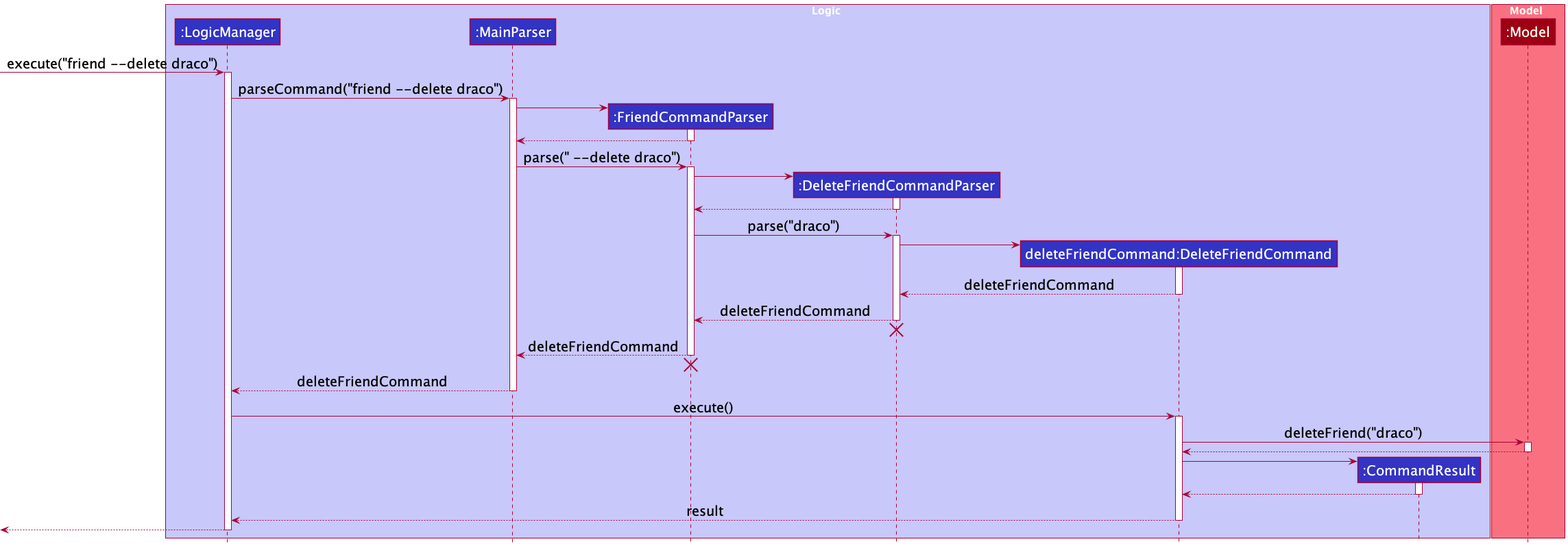
The PlantUML diagram docs/images/DeleteSequenceDiagram.png in nus-cs2103-AY2122S1/tp, before a commit.
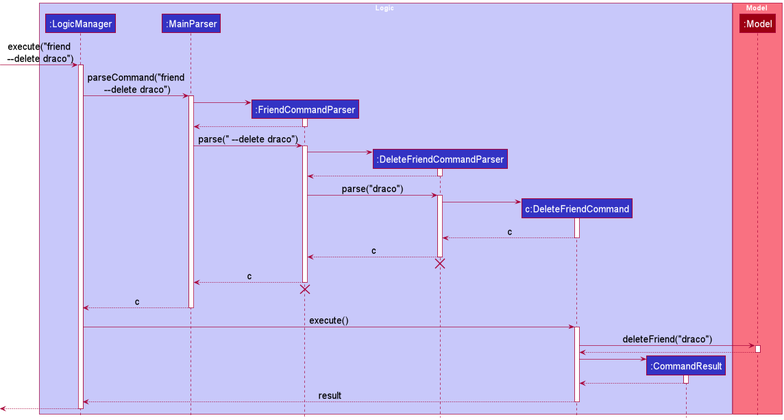
Later version of the same file.

Commit message:
Update PPP and increase font size of diagram

The edit, as a diff of the source:
```diff
@@ -7,7 +7,7 @@
 participant ":MainParser" as MainParser LOGIC_COLOR
 participant ":FriendCommandParser" as FriendCommandParser LOGIC_COLOR
 participant ":DeleteFriendCommandParser" as DeleteFriendCommandParser LOGIC_COLOR
-participant "deleteFriendCommand:DeleteFriendCommand" as DeleteFriendCommand LOGIC_COLOR
+participant "c:DeleteFriendCommand" as DeleteFriendCommand LOGIC_COLOR
 participant ":CommandResult" as CommandResult LOGIC_COLOR
 end box
 
@@ -15,10 +15,10 @@
 participant ":Model" as Model MODEL_COLOR
 end box
 
-[-> LogicManager : execute("friend --delete draco")
+[-> LogicManager : execute("friend\n --delete draco")
 activate LogicManager
 
-LogicManager -> MainParser : parseCommand("friend --delete draco")
+LogicManager -> MainParser : parseCommand("friend\n --delete draco")
 activate MainParser
 
 create FriendCommandParser
@@ -45,20 +45,20 @@
 DeleteFriendCommandParser -> DeleteFriendCommand
 activate DeleteFriendCommand
 
-DeleteFriendCommand --> DeleteFriendCommandParser : deleteFriendCommand
+DeleteFriendCommand --> DeleteFriendCommandParser : c
 deactivate DeleteFriendCommand
 
-DeleteFriendCommandParser --> FriendCommandParser : deleteFriendCommand
+DeleteFriendCommandParser --> FriendCommandParser : c
 deactivate DeleteFriendCommandParser
 DeleteFriendCommandParser -[hidden]-> FriendCommandParser
 destroy DeleteFriendCommandParser
 
-FriendCommandParser --> MainParser : deleteFriendCommand
+FriendCommandParser --> MainParser : c
 deactivate FriendCommandParser
 FriendCommandParser -[hidden]-> MainParser
 destroy FriendCommandParser
 
-MainParser --> LogicManager : deleteFriendCommand
+MainParser --> LogicManager : c
 deactivate MainParser
 
 LogicManager -> DeleteFriendCommand : execute()
```
